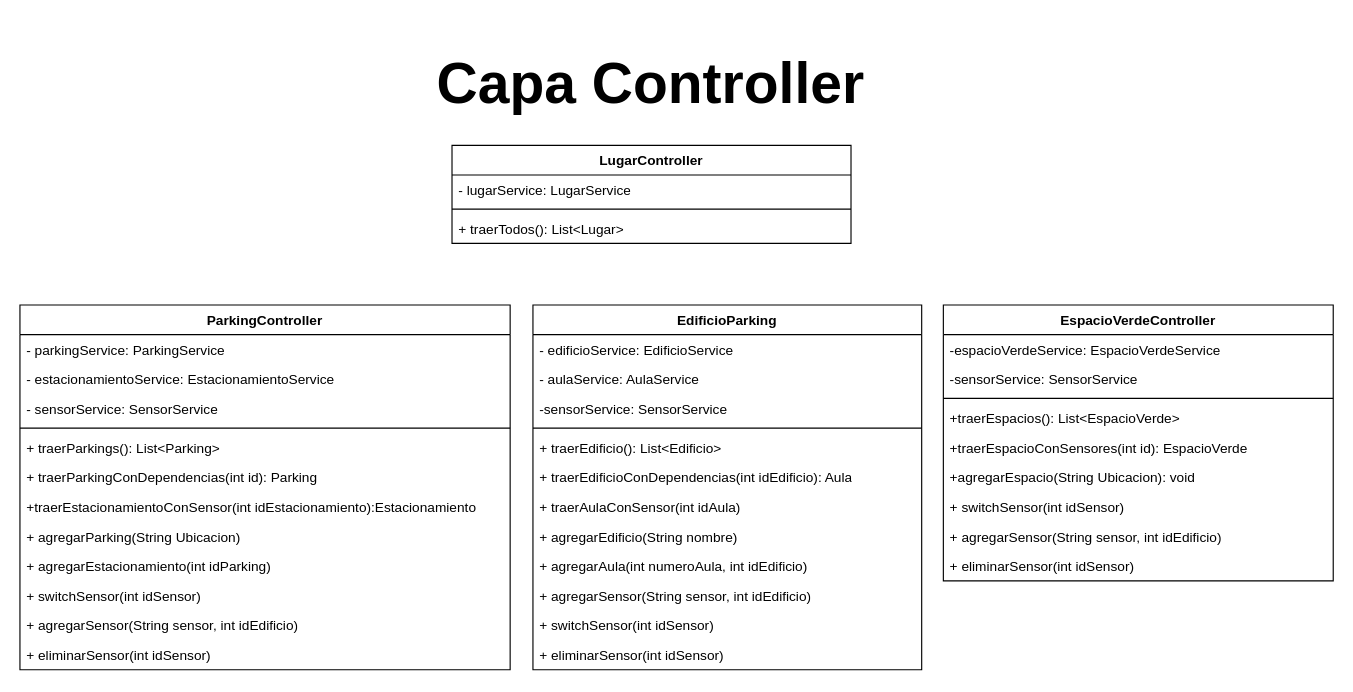
The draw.io diagram tp-oo2 - controller.drawio in sarudev/grupo-01-OO2-2023, before the edit. Source tidied: cells renumbered, new cells numbered last; positions are measured from the earlier drawing's top-left corner, leaving out a move shared by most shapes. Both pictures are drawn from the tidied source at 114%, with x=0, y=0 at pixel (19, 19).
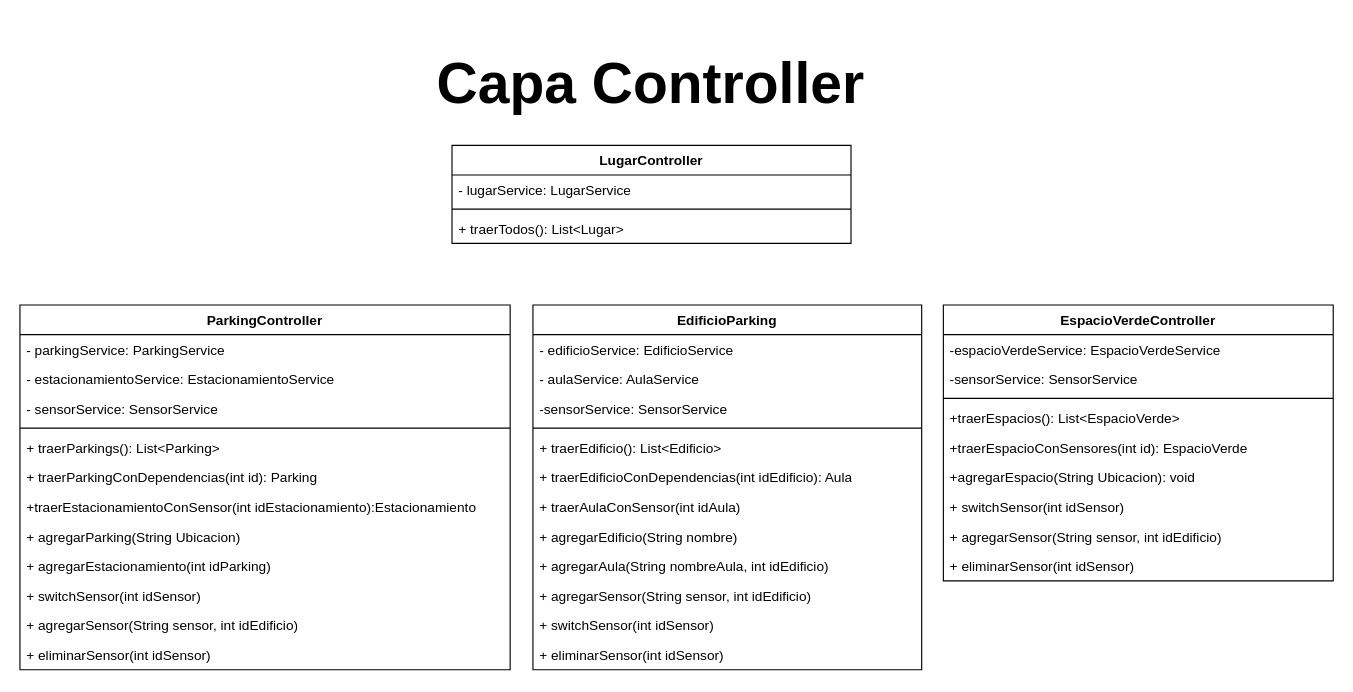
The same diagram, later.

Unchanged cells that the change refers to:
```xml
<mxCell id="30" value="EdificioParking" style="swimlane;fontStyle=1;align=center;verticalAlign=top;horizontal=1;startSize=26;whiteSpace=wrap;html=1;" parent="1" vertex="1">
  <mxGeometry x="450" y="250" width="341" height="320" as="geometry" />
</mxCell>
```

What changed in the source:
```diff
@@
-    <mxCell id="39" value="+ agregarAula(int numeroAula, int idEdificio)" style="text;strokeColor=none;fillColor=none;align=left;verticalAlign=top;spacingLeft=4;spacingRight=4;overflow=hidden;whiteSpace=wrap;html=1;" parent="30" vertex="1">
+    <mxCell id="39" value="+ agregarAula(String nombreAula, int idEdificio)" style="text;strokeColor=none;fillColor=none;align=left;verticalAlign=top;spacingLeft=4;spacingRight=4;overflow=hidden;whiteSpace=wrap;html=1;" parent="30" vertex="1">
       <mxGeometry y="216" width="341" height="26" as="geometry" />
     </mxCell>
```
